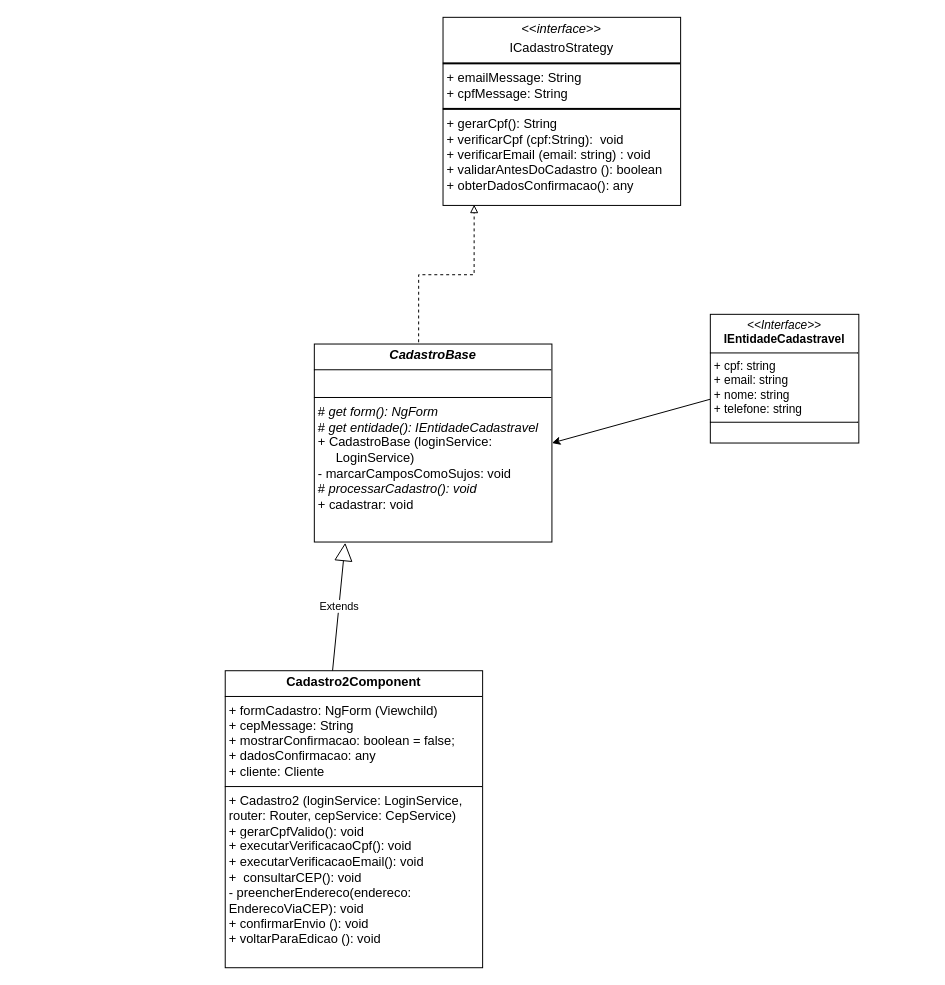
This is cadastro.drawio from alejandrolafuente/SistemaBanco, a draw.io file, before an edit. Source tidied: cells renumbered, new cells numbered last; positions are measured from the earlier drawing's top-left corner, leaving out a move shared by most shapes. Both pictures are drawn from the tidied source at 99%, with x=0, y=0 at pixel (225, 17).
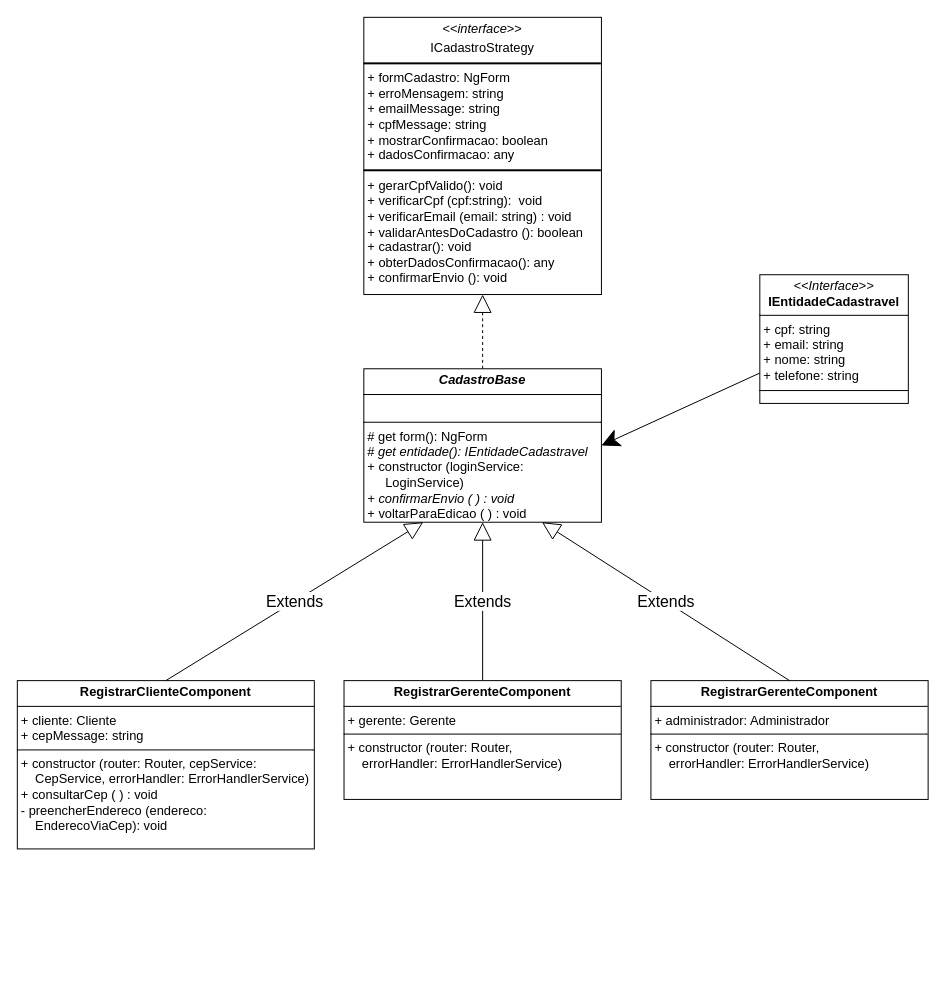
After the change.

Diff of the diagram source:
```diff
@@
 <mxGraphModel background="#ffffff">
   <root>
     <mxCell id="0" />
     <mxCell id="1" parent="0" />
-    <mxCell id="2" value="&lt;p style=&quot;margin:0px;margin-top:4px;text-align:center;&quot;&gt;&amp;lt;&amp;lt;&lt;i&gt;interface&lt;/i&gt;&amp;gt;&amp;gt;&lt;/p&gt;&lt;p style=&quot;margin:0px;margin-top:4px;text-align:center;&quot;&gt;ICadastroStrategy&lt;/p&gt;&lt;hr style=&quot;border-style:solid;&quot;&gt;&lt;p style=&quot;margin:0px;margin-left:4px;&quot;&gt;+ emailMessage: String&lt;/p&gt;&lt;p style=&quot;margin:0px;margin-left:4px;&quot;&gt;+ cpfMessage: String&lt;/p&gt;&lt;hr style=&quot;border-style:solid;&quot;&gt;&lt;p style=&quot;margin:0px;margin-left:4px;&quot;&gt;+ gerarCpf(): String&lt;/p&gt;&lt;p style=&quot;margin:0px;margin-left:4px;&quot;&gt;+ verificarCpf (cpf:String):&amp;nbsp; void&lt;/p&gt;&lt;p style=&quot;margin:0px;margin-left:4px;&quot;&gt;+ verificarEmail (email: string)&lt;span style=&quot;background-color: transparent;&quot;&gt;&amp;nbsp;&lt;/span&gt;&lt;span style=&quot;background-color: transparent;&quot;&gt;: void&lt;/span&gt;&lt;/p&gt;&lt;p style=&quot;margin:0px;margin-left:4px;&quot;&gt;+ validarAntesDoCadastro (): boolean&lt;/p&gt;&lt;p style=&quot;margin:0px;margin-left:4px;&quot;&gt;+ obterDadosConfirmacao(): any&lt;/p&gt;" style="verticalAlign=top;align=left;overflow=fill;html=1;whiteSpace=wrap;fontSize=13;" parent="1" vertex="1">
-      <mxGeometry x="220" width="240" height="190" as="geometry" />
+    <mxCell id="2" value="&lt;p style=&quot;margin:0px;margin-top:4px;text-align:center;&quot;&gt;&amp;lt;&amp;lt;&lt;i&gt;interface&lt;/i&gt;&amp;gt;&amp;gt;&lt;/p&gt;&lt;p style=&quot;margin:0px;margin-top:4px;text-align:center;&quot;&gt;ICadastroStrategy&lt;/p&gt;&lt;hr style=&quot;border-style:solid;&quot;&gt;&lt;p style=&quot;margin:0px;margin-left:4px;&quot;&gt;+ formCadastro: NgForm&lt;/p&gt;&lt;p style=&quot;margin:0px;margin-left:4px;&quot;&gt;+ erroMensagem: string&lt;/p&gt;&lt;p style=&quot;margin:0px;margin-left:4px;&quot;&gt;+ emailMessage: string&lt;/p&gt;&lt;p style=&quot;margin:0px;margin-left:4px;&quot;&gt;+ cpfMessage: string&lt;/p&gt;&lt;p style=&quot;margin:0px;margin-left:4px;&quot;&gt;+ mostrarConfirmacao: boolean&lt;/p&gt;&lt;p style=&quot;margin:0px;margin-left:4px;&quot;&gt;+ dadosConfirmacao: any&lt;/p&gt;&lt;hr style=&quot;border-style:solid;&quot;&gt;&lt;p style=&quot;margin:0px;margin-left:4px;&quot;&gt;+ gerarCpfValido(): void&lt;/p&gt;&lt;p style=&quot;margin:0px;margin-left:4px;&quot;&gt;+ verificarCpf (cpf:string):&amp;nbsp; void&lt;/p&gt;&lt;p style=&quot;margin:0px;margin-left:4px;&quot;&gt;+ verificarEmail (email: string)&lt;span style=&quot;background-color: transparent;&quot;&gt;&amp;nbsp;&lt;/span&gt;&lt;span style=&quot;background-color: transparent;&quot;&gt;: void&lt;/span&gt;&lt;/p&gt;&lt;p style=&quot;margin:0px;margin-left:4px;&quot;&gt;+ validarAntesDoCadastro (): boolean&lt;/p&gt;&lt;p style=&quot;margin:0px;margin-left:4px;&quot;&gt;+ cadastrar(): void&lt;/p&gt;&lt;p style=&quot;margin:0px;margin-left:4px;&quot;&gt;+ obterDadosConfirmacao(): any&lt;/p&gt;&lt;p style=&quot;margin:0px;margin-left:4px;&quot;&gt;+ confirmarEnvio (): void&amp;nbsp;&lt;/p&gt;" style="verticalAlign=top;align=left;overflow=fill;html=1;whiteSpace=wrap;fontSize=13;" parent="1" vertex="1">
+      <mxGeometry x="140" width="240" height="280" as="geometry" />
     </mxCell>
-    <mxCell id="3" style="html=1;labelBackgroundColor=#ffffff;jettySize=auto;fontSize=14;rounded=0;jumpStyle=gap;edgeStyle=orthogonalEdgeStyle;startArrow=none;endArrow=block;endFill=0;dashed=1;strokeWidth=1;exitX=0.439;exitY=0.021;exitDx=0;exitDy=0;exitPerimeter=0;entryX=0.131;entryY=0.996;entryDx=0;entryDy=0;entryPerimeter=0;" parent="1" edge="1" source="4" target="2">
+    <mxCell id="3" style="html=1;labelBackgroundColor=#ffffff;jettySize=auto;fontSize=14;rounded=0;jumpStyle=gap;edgeStyle=orthogonalEdgeStyle;startArrow=none;endArrow=block;endFill=0;dashed=1;strokeWidth=1;entryX=0.5;entryY=1;entryDx=0;entryDy=0;exitX=0.5;exitY=0;exitDx=0;exitDy=0;endSize=16;" parent="1" edge="1" source="4" target="2">
       <mxGeometry relative="1" as="geometry" />
     </mxCell>
-    <mxCell id="4" value="&lt;p style=&quot;margin:0px;margin-top:4px;text-align:center;&quot;&gt;&lt;b&gt;&lt;i&gt;&lt;font style=&quot;color: light-dark(rgb(0, 0, 0), rgb(192, 192, 192)); font-size: 13px;&quot;&gt;CadastroBase&lt;/font&gt;&lt;/i&gt;&lt;/b&gt;&lt;/p&gt;&lt;hr size=&quot;1&quot; style=&quot;border-style:solid;&quot;&gt;&lt;p style=&quot;margin:0px;margin-left:4px;&quot;&gt;&lt;font style=&quot;color: light-dark(rgb(0, 0, 0), rgb(192, 192, 192)); font-size: 13px;&quot;&gt;&lt;br&gt;&lt;/font&gt;&lt;/p&gt;&lt;hr size=&quot;1&quot; style=&quot;border-style:solid;&quot;&gt;&lt;p style=&quot;margin:0px;margin-left:4px;&quot;&gt;&lt;font style=&quot;color: light-dark(rgb(0, 0, 0), rgb(192, 192, 192)); font-size: 13px;&quot;&gt;# &lt;i&gt;get form(): NgForm&lt;/i&gt;&lt;/font&gt;&lt;/p&gt;&lt;p style=&quot;margin:0px;margin-left:4px;&quot;&gt;&lt;span&gt;&lt;font style=&quot;color: light-dark(rgb(0, 0, 0), rgb(192, 192, 192)); font-size: 13px;&quot;&gt;# &lt;i&gt;get entidade(): IEntidadeCadastravel&lt;/i&gt;&lt;/font&gt;&lt;/span&gt;&lt;/p&gt;&lt;p style=&quot;margin:0px;margin-left:4px;&quot;&gt;&lt;span&gt;&lt;font style=&quot;color: light-dark(rgb(0, 0, 0), rgb(192, 192, 192)); font-size: 13px;&quot;&gt;+ CadastroBase (loginService:&amp;nbsp;&lt;/font&gt;&lt;/span&gt;&lt;/p&gt;&lt;p style=&quot;margin:0px;margin-left:4px;&quot;&gt;&lt;span&gt;&lt;font style=&quot;color: light-dark(rgb(0, 0, 0), rgb(192, 192, 192)); font-size: 13px;&quot;&gt;&amp;nbsp; &amp;nbsp; &amp;nbsp;LoginService)&lt;/font&gt;&lt;/span&gt;&lt;/p&gt;&lt;p style=&quot;margin:0px;margin-left:4px;&quot;&gt;&lt;span&gt;&lt;font style=&quot;color: light-dark(rgb(0, 0, 0), rgb(192, 192, 192)); font-size: 13px;&quot;&gt;- marcarCamposComoSujos: void&lt;/font&gt;&lt;/span&gt;&lt;/p&gt;&lt;p style=&quot;margin:0px;margin-left:4px;&quot;&gt;&lt;font style=&quot;color: light-dark(rgb(0, 0, 0), rgb(192, 192, 192)); font-size: 13px;&quot;&gt;&lt;font style=&quot;&quot;&gt;#&lt;/font&gt;&lt;i style=&quot;&quot;&gt;&lt;font style=&quot;&quot;&gt; processarCadastro(): void&lt;/font&gt;&lt;/i&gt;&lt;/font&gt;&lt;/p&gt;&lt;p style=&quot;margin:0px;margin-left:4px;&quot;&gt;&lt;font style=&quot;color: light-dark(rgb(0, 0, 0), rgb(192, 192, 192)); font-size: 13px;&quot;&gt;+ cadastrar: void&lt;/font&gt;&lt;/p&gt;" style="verticalAlign=top;align=left;overflow=fill;html=1;whiteSpace=wrap;" parent="1" vertex="1">
-      <mxGeometry x="90" y="330" width="240" height="200" as="geometry" />
+    <mxCell id="4" value="&lt;p style=&quot;margin:0px;margin-top:4px;text-align:center;&quot;&gt;&lt;b&gt;&lt;i&gt;&lt;font style=&quot;color: light-dark(rgb(0, 0, 0), rgb(192, 192, 192)); font-size: 13px;&quot;&gt;CadastroBase&lt;/font&gt;&lt;/i&gt;&lt;/b&gt;&lt;/p&gt;&lt;hr size=&quot;1&quot; style=&quot;border-style:solid;&quot;&gt;&lt;p style=&quot;margin:0px;margin-left:4px;&quot;&gt;&lt;font style=&quot;color: light-dark(rgb(0, 0, 0), rgb(192, 192, 192)); font-size: 13px;&quot;&gt;&lt;br&gt;&lt;/font&gt;&lt;/p&gt;&lt;hr size=&quot;1&quot; style=&quot;border-style:solid;&quot;&gt;&lt;p style=&quot;margin:0px;margin-left:4px;&quot;&gt;&lt;font style=&quot;color: light-dark(rgb(0, 0, 0), rgb(192, 192, 192)); font-size: 13px;&quot;&gt;# get form(): NgForm&lt;/font&gt;&lt;/p&gt;&lt;p style=&quot;margin:0px;margin-left:4px;&quot;&gt;&lt;span&gt;&lt;font style=&quot;color: light-dark(rgb(0, 0, 0), rgb(192, 192, 192)); font-size: 13px;&quot;&gt;# &lt;i&gt;get entidade(): IEntidadeCadastravel&lt;/i&gt;&lt;/font&gt;&lt;/span&gt;&lt;/p&gt;&lt;p style=&quot;margin:0px;margin-left:4px;&quot;&gt;&lt;span&gt;&lt;font style=&quot;color: light-dark(rgb(0, 0, 0), rgb(192, 192, 192)); font-size: 13px;&quot;&gt;+ constructor (loginService:&amp;nbsp;&lt;/font&gt;&lt;/span&gt;&lt;/p&gt;&lt;p style=&quot;margin:0px;margin-left:4px;&quot;&gt;&lt;span&gt;&lt;font style=&quot;color: light-dark(rgb(0, 0, 0), rgb(192, 192, 192)); font-size: 13px;&quot;&gt;&amp;nbsp; &amp;nbsp; &amp;nbsp;LoginService)&lt;/font&gt;&lt;/span&gt;&lt;/p&gt;&lt;p style=&quot;margin:0px;margin-left:4px;&quot;&gt;&lt;span style=&quot;font-size: 13px; background-color: transparent;&quot;&gt;&lt;i&gt;+ confirmarEnvio ( ) : void&lt;/i&gt;&lt;/span&gt;&lt;/p&gt;&lt;p style=&quot;margin:0px;margin-left:4px;&quot;&gt;&lt;span style=&quot;font-size: 13px;&quot;&gt;+ voltarParaEdicao ( ) : void&lt;/span&gt;&lt;/p&gt;" style="verticalAlign=top;align=left;overflow=fill;html=1;whiteSpace=wrap;" parent="1" vertex="1">
+      <mxGeometry x="140" y="355" width="240" height="155" as="geometry" />
     </mxCell>
-    <mxCell id="5" style="edgeStyle=none;html=1;entryX=1;entryY=0.5;entryDx=0;entryDy=0;" parent="1" edge="1" source="6" target="4">
+    <mxCell id="5" style="edgeStyle=none;html=1;entryX=1;entryY=0.5;entryDx=0;entryDy=0;endSize=16;" parent="1" edge="1" source="6" target="4">
       <mxGeometry relative="1" as="geometry" />
     </mxCell>
-    <mxCell id="6" value="&lt;p style=&quot;margin:0px;margin-top:4px;text-align:center;&quot;&gt;&lt;i&gt;&amp;lt;&amp;lt;Interface&amp;gt;&amp;gt;&lt;/i&gt;&lt;br&gt;&lt;b&gt;IEntidadeCadastravel&lt;/b&gt;&lt;/p&gt;&lt;hr size=&quot;1&quot; style=&quot;border-style:solid;&quot;&gt;&lt;p style=&quot;margin:0px;margin-left:4px;&quot;&gt;+ cpf: string&lt;br&gt;+ email: string&lt;/p&gt;&lt;p style=&quot;margin:0px;margin-left:4px;&quot;&gt;+ nome: string&lt;/p&gt;&lt;p style=&quot;margin:0px;margin-left:4px;&quot;&gt;+ telefone: string&lt;/p&gt;&lt;hr size=&quot;1&quot; style=&quot;border-style:solid;&quot;&gt;&lt;p style=&quot;margin:0px;margin-left:4px;&quot;&gt;&lt;br&gt;&lt;/p&gt;" style="verticalAlign=top;align=left;overflow=fill;html=1;whiteSpace=wrap;" parent="1" vertex="1">
-      <mxGeometry x="490" y="300" width="150" height="130" as="geometry" />
+    <mxCell id="6" value="&lt;p style=&quot;margin:0px;margin-top:4px;text-align:center;&quot;&gt;&lt;font style=&quot;font-size: 13px;&quot;&gt;&lt;i&gt;&amp;lt;&amp;lt;Interface&amp;gt;&amp;gt;&lt;/i&gt;&lt;br&gt;&lt;b&gt;IEntidadeCadastravel&lt;/b&gt;&lt;/font&gt;&lt;/p&gt;&lt;hr size=&quot;1&quot; style=&quot;border-style:solid;&quot;&gt;&lt;p style=&quot;margin:0px;margin-left:4px;&quot;&gt;&lt;font style=&quot;font-size: 13px;&quot;&gt;+ cpf: string&lt;br&gt;+ email: string&lt;/font&gt;&lt;/p&gt;&lt;p style=&quot;margin:0px;margin-left:4px;&quot;&gt;&lt;font style=&quot;font-size: 13px;&quot;&gt;+ nome: string&lt;/font&gt;&lt;/p&gt;&lt;p style=&quot;margin:0px;margin-left:4px;&quot;&gt;&lt;font style=&quot;font-size: 13px;&quot;&gt;+ telefone: string&lt;/font&gt;&lt;/p&gt;&lt;hr size=&quot;1&quot; style=&quot;border-style:solid;&quot;&gt;&lt;p style=&quot;margin:0px;margin-left:4px;&quot;&gt;&lt;br&gt;&lt;/p&gt;" style="verticalAlign=top;align=left;overflow=fill;html=1;whiteSpace=wrap;" parent="1" vertex="1">
+      <mxGeometry x="540" y="260" width="150" height="130" as="geometry" />
     </mxCell>
-    <mxCell id="7" value="&lt;p style=&quot;margin:0px;margin-top:4px;text-align:center;&quot;&gt;&lt;b&gt;&lt;font style=&quot;font-size: 13px; background-color: light-dark(#ffffff, var(--ge-dark-color, #121212)); color: light-dark(rgb(0, 0, 0), rgb(192, 192, 192));&quot;&gt;Cadastro2Component&lt;/font&gt;&lt;/b&gt;&lt;/p&gt;&lt;hr size=&quot;1&quot; style=&quot;border-style:solid;&quot;&gt;&lt;p style=&quot;margin:0px;margin-left:4px;&quot;&gt;&lt;font style=&quot;font-size: 13px; background-color: light-dark(#ffffff, var(--ge-dark-color, #121212)); color: light-dark(rgb(0, 0, 0), rgb(192, 192, 192));&quot;&gt;+ formCadastro: NgForm (Viewchild)&lt;/font&gt;&lt;/p&gt;&lt;p style=&quot;margin:0px;margin-left:4px;&quot;&gt;&lt;font style=&quot;font-size: 13px; background-color: light-dark(#ffffff, var(--ge-dark-color, #121212)); color: light-dark(rgb(0, 0, 0), rgb(192, 192, 192));&quot;&gt;+ cepMessage: String&lt;/font&gt;&lt;/p&gt;&lt;p style=&quot;margin:0px;margin-left:4px;&quot;&gt;&lt;font style=&quot;font-size: 13px; background-color: light-dark(#ffffff, var(--ge-dark-color, #121212)); color: light-dark(rgb(0, 0, 0), rgb(192, 192, 192));&quot;&gt;+ mostrarConfirmacao: boolean = false;&lt;/font&gt;&lt;/p&gt;&lt;p style=&quot;margin:0px;margin-left:4px;&quot;&gt;&lt;font style=&quot;font-size: 13px; background-color: light-dark(#ffffff, var(--ge-dark-color, #121212)); color: light-dark(rgb(0, 0, 0), rgb(192, 192, 192));&quot;&gt;+ dadosConfirmacao: any&lt;/font&gt;&lt;/p&gt;&lt;p style=&quot;margin:0px;margin-left:4px;&quot;&gt;&lt;font style=&quot;font-size: 13px; background-color: light-dark(#ffffff, var(--ge-dark-color, #121212)); color: light-dark(rgb(0, 0, 0), rgb(192, 192, 192));&quot;&gt;+ cliente: Cliente&lt;/font&gt;&lt;/p&gt;&lt;hr size=&quot;1&quot; style=&quot;border-style:solid;&quot;&gt;&lt;p style=&quot;margin:0px;margin-left:4px;&quot;&gt;&lt;font style=&quot;font-size: 13px; background-color: light-dark(#ffffff, var(--ge-dark-color, #121212)); color: light-dark(rgb(0, 0, 0), rgb(192, 192, 192));&quot;&gt;+ Cadastro2 (loginService: LoginService,&amp;nbsp; &amp;nbsp; router: Router, cepService: CepService)&lt;/font&gt;&lt;/p&gt;&lt;p style=&quot;margin:0px;margin-left:4px;&quot;&gt;&lt;font style=&quot;font-size: 13px; background-color: light-dark(#ffffff, var(--ge-dark-color, #121212)); color: light-dark(rgb(0, 0, 0), rgb(192, 192, 192));&quot;&gt;+ gerarCpfValido(): void&lt;/font&gt;&lt;/p&gt;&lt;p style=&quot;margin:0px;margin-left:4px;&quot;&gt;&lt;font style=&quot;font-size: 13px; background-color: light-dark(#ffffff, var(--ge-dark-color, #121212)); color: light-dark(rgb(0, 0, 0), rgb(192, 192, 192));&quot;&gt;+ executarVerificacaoCpf(): void&lt;/font&gt;&lt;/p&gt;&lt;p style=&quot;margin:0px;margin-left:4px;&quot;&gt;&lt;font style=&quot;font-size: 13px; background-color: light-dark(#ffffff, var(--ge-dark-color, #121212)); color: light-dark(rgb(0, 0, 0), rgb(192, 192, 192));&quot;&gt;+&amp;nbsp;executarVerificacaoEmail(): void&lt;/font&gt;&lt;/p&gt;&lt;p style=&quot;margin:0px;margin-left:4px;&quot;&gt;&lt;font style=&quot;font-size: 13px; background-color: light-dark(#ffffff, var(--ge-dark-color, #121212)); color: light-dark(rgb(0, 0, 0), rgb(192, 192, 192));&quot;&gt;+&amp;nbsp;&amp;nbsp;consultarCEP(): void&lt;/font&gt;&lt;/p&gt;&lt;p style=&quot;margin:0px;margin-left:4px;&quot;&gt;&lt;font style=&quot;font-size: 13px; background-color: light-dark(#ffffff, var(--ge-dark-color, #121212)); color: light-dark(rgb(0, 0, 0), rgb(192, 192, 192));&quot;&gt;-&amp;nbsp;preencherEndereco(endereco: EnderecoViaCEP): void&lt;/font&gt;&lt;/p&gt;&lt;p style=&quot;margin:0px;margin-left:4px;&quot;&gt;&lt;font style=&quot;font-size: 13px; background-color: light-dark(#ffffff, var(--ge-dark-color, #121212)); color: light-dark(rgb(0, 0, 0), rgb(192, 192, 192));&quot;&gt;+ confirmarEnvio (): void&lt;/font&gt;&lt;/p&gt;&lt;p style=&quot;margin:0px;margin-left:4px;&quot;&gt;&lt;font style=&quot;font-size: 13px; background-color: light-dark(#ffffff, var(--ge-dark-color, #121212)); color: light-dark(rgb(0, 0, 0), rgb(192, 192, 192));&quot;&gt;+ voltarParaEdicao (): void&lt;/font&gt;&lt;/p&gt;" style="verticalAlign=top;align=left;overflow=fill;html=1;whiteSpace=wrap;" parent="1" vertex="1">
-      <mxGeometry y="660" width="260" height="300" as="geometry" />
+    <mxCell id="7" value="&lt;p style=&quot;margin:0px;margin-top:4px;text-align:center;&quot;&gt;&lt;b&gt;&lt;font style=&quot;background-color: light-dark(#ffffff, var(--ge-dark-color, #121212)); color: light-dark(rgb(0, 0, 0), rgb(192, 192, 192)); font-size: 13px;&quot;&gt;RegistrarClienteComponent&lt;/font&gt;&lt;/b&gt;&lt;/p&gt;&lt;hr size=&quot;1&quot; style=&quot;border-style:solid;&quot;&gt;&lt;p style=&quot;margin:0px;margin-left:4px;&quot;&gt;&lt;span style=&quot;font-size: 13px; background-color: light-dark(#ffffff, var(--ge-dark-color, #121212));&quot;&gt;+ cliente: Cliente&lt;/span&gt;&lt;/p&gt;&lt;p style=&quot;margin:0px;margin-left:4px;&quot;&gt;&lt;span style=&quot;font-size: 13px; background-color: light-dark(#ffffff, var(--ge-dark-color, #121212));&quot;&gt;+ cepMessage: string&lt;/span&gt;&lt;/p&gt;&lt;hr size=&quot;1&quot; style=&quot;border-style:solid;&quot;&gt;&lt;p style=&quot;margin:0px;margin-left:4px;&quot;&gt;&lt;font style=&quot;font-size: 13px;&quot;&gt;+ constructor (router: Router, cepService:&lt;/font&gt;&lt;/p&gt;&lt;p style=&quot;margin:0px;margin-left:4px;&quot;&gt;&lt;font style=&quot;font-size: 13px;&quot;&gt;&amp;nbsp; &amp;nbsp; CepService, errorHandler: ErrorHandlerService)&lt;/font&gt;&lt;/p&gt;&lt;p style=&quot;margin:0px;margin-left:4px;&quot;&gt;&lt;font style=&quot;font-size: 13px;&quot;&gt;+ consultarCep ( ) : void&lt;/font&gt;&lt;/p&gt;&lt;p style=&quot;margin:0px;margin-left:4px;&quot;&gt;&lt;span style=&quot;font-size: 13px;&quot;&gt;- preencherEndereco (endereco:&amp;nbsp;&lt;/span&gt;&lt;/p&gt;&lt;p style=&quot;margin:0px;margin-left:4px;&quot;&gt;&lt;span style=&quot;font-size: 13px;&quot;&gt;&amp;nbsp; &amp;nbsp; EnderecoViaCep): void&amp;nbsp;&lt;/span&gt;&lt;/p&gt;" style="verticalAlign=top;align=left;overflow=fill;html=1;whiteSpace=wrap;" parent="1" vertex="1">
+      <mxGeometry x="-210" y="670" width="300" height="170" as="geometry" />
     </mxCell>
-    <mxCell id="8" value="Extends" style="endArrow=block;endSize=16;endFill=0;html=1;entryX=0.13;entryY=1.004;entryDx=0;entryDy=0;entryPerimeter=0;exitX=0.417;exitY=0;exitDx=0;exitDy=0;exitPerimeter=0;" parent="1" edge="1" source="7" target="4">
-      <mxGeometry relative="1" as="geometry" />
+    <mxCell id="8" value="&lt;font style=&quot;font-size: 16px;&quot;&gt;Extends&lt;/font&gt;" style="endArrow=block;endSize=16;endFill=0;html=1;entryX=0.5;entryY=1;entryDx=0;entryDy=0;" parent="1" edge="1" target="4">
+      <mxGeometry relative="1" as="geometry">
+        <mxPoint x="260" y="670" as="sourcePoint" />
+      </mxGeometry>
     </mxCell>
+    <mxCell id="9" value="&lt;p style=&quot;margin:0px;margin-top:4px;text-align:center;&quot;&gt;&lt;b&gt;&lt;font style=&quot;background-color: light-dark(#ffffff, var(--ge-dark-color, #121212)); color: light-dark(rgb(0, 0, 0), rgb(192, 192, 192)); font-size: 13px;&quot;&gt;RegistrarGerenteComponent&lt;/font&gt;&lt;/b&gt;&lt;/p&gt;&lt;hr size=&quot;1&quot; style=&quot;border-style:solid;&quot;&gt;&lt;p style=&quot;margin:0px;margin-left:4px;&quot;&gt;&lt;span style=&quot;background-color: light-dark(#ffffff, var(--ge-dark-color, #121212));&quot;&gt;&lt;font style=&quot;font-size: 13px;&quot;&gt;+ gerente: Gerente&lt;/font&gt;&lt;/span&gt;&lt;/p&gt;&lt;hr size=&quot;1&quot; style=&quot;border-style:solid;&quot;&gt;&lt;p style=&quot;margin:0px;margin-left:4px;&quot;&gt;&lt;font style=&quot;font-size: 13px;&quot;&gt;+ constructor (router: Router,&amp;nbsp;&lt;/font&gt;&lt;/p&gt;&lt;p style=&quot;margin:0px;margin-left:4px;&quot;&gt;&lt;font style=&quot;font-size: 13px;&quot;&gt;&amp;nbsp; &amp;nbsp; errorHandler: ErrorHandlerService)&lt;/font&gt;&lt;/p&gt;&lt;p style=&quot;margin:0px;margin-left:4px;&quot;&gt;&lt;br&gt;&lt;/p&gt;" style="verticalAlign=top;align=left;overflow=fill;html=1;whiteSpace=wrap;" parent="1" vertex="1">
+      <mxGeometry x="120" y="670" width="280" height="120" as="geometry" />
+    </mxCell>
+    <mxCell id="10" value="&lt;font style=&quot;font-size: 16px;&quot;&gt;Extends&lt;/font&gt;" style="endArrow=block;endSize=16;endFill=0;html=1;entryX=0.25;entryY=1;entryDx=0;entryDy=0;exitX=0.5;exitY=0;exitDx=0;exitDy=0;" parent="1" edge="1" source="7" target="4">
+      <mxGeometry relative="1" as="geometry" />
+    </mxCell>
+    <mxCell id="11" value="&lt;p style=&quot;margin:0px;margin-top:4px;text-align:center;&quot;&gt;&lt;b&gt;&lt;font style=&quot;background-color: light-dark(#ffffff, var(--ge-dark-color, #121212)); color: light-dark(rgb(0, 0, 0), rgb(192, 192, 192)); font-size: 13px;&quot;&gt;RegistrarGerenteComponent&lt;/font&gt;&lt;/b&gt;&lt;/p&gt;&lt;hr size=&quot;1&quot; style=&quot;border-style:solid;&quot;&gt;&lt;p style=&quot;margin:0px;margin-left:4px;&quot;&gt;&lt;span style=&quot;background-color: light-dark(#ffffff, var(--ge-dark-color, #121212));&quot;&gt;&lt;font style=&quot;font-size: 13px;&quot;&gt;+ administrador: Administrador&lt;/font&gt;&lt;/span&gt;&lt;/p&gt;&lt;hr size=&quot;1&quot; style=&quot;border-style:solid;&quot;&gt;&lt;p style=&quot;margin:0px;margin-left:4px;&quot;&gt;&lt;font style=&quot;font-size: 13px;&quot;&gt;+ constructor (router: Router,&amp;nbsp;&lt;/font&gt;&lt;/p&gt;&lt;p style=&quot;margin:0px;margin-left:4px;&quot;&gt;&lt;font style=&quot;font-size: 13px;&quot;&gt;&amp;nbsp; &amp;nbsp; errorHandler: ErrorHandlerService)&lt;/font&gt;&lt;/p&gt;&lt;p style=&quot;margin:0px;margin-left:4px;&quot;&gt;&lt;br&gt;&lt;/p&gt;" style="verticalAlign=top;align=left;overflow=fill;html=1;whiteSpace=wrap;" parent="1" vertex="1">
+      <mxGeometry x="430" y="670" width="280" height="120" as="geometry" />
+    </mxCell>
+    <mxCell id="12" value="&lt;font style=&quot;font-size: 16px;&quot;&gt;Extends&lt;/font&gt;" style="endArrow=block;endSize=16;endFill=0;html=1;entryX=0.75;entryY=1;entryDx=0;entryDy=0;exitX=0.5;exitY=0;exitDx=0;exitDy=0;" parent="1" edge="1" source="11" target="4">
+      <mxGeometry relative="1" as="geometry" />
+    </mxCell>
   </root>
 </mxGraphModel>
```
